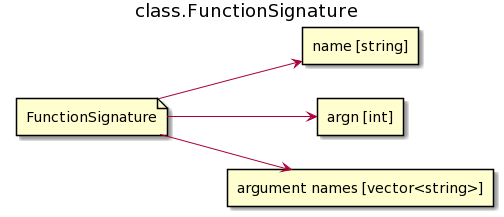
Above: img/classes/class.function_signature.png in AndreyBezverkhniy/KVM (PlantUML), before the change.
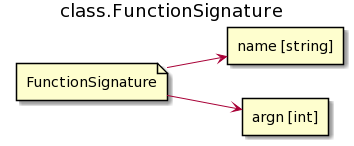
The same diagram one commit later.

Diff of the diagram source:
```diff
@@ -5,9 +5,7 @@
 file FunctionSignature
 rectangle "name [string]" as name
 rectangle "argn [int]" as argn
-rectangle "argument names [vector<string>]" as args
 
 FunctionSignature-->name
 FunctionSignature-->argn
-FunctionSignature-->args
 @enduml
```
